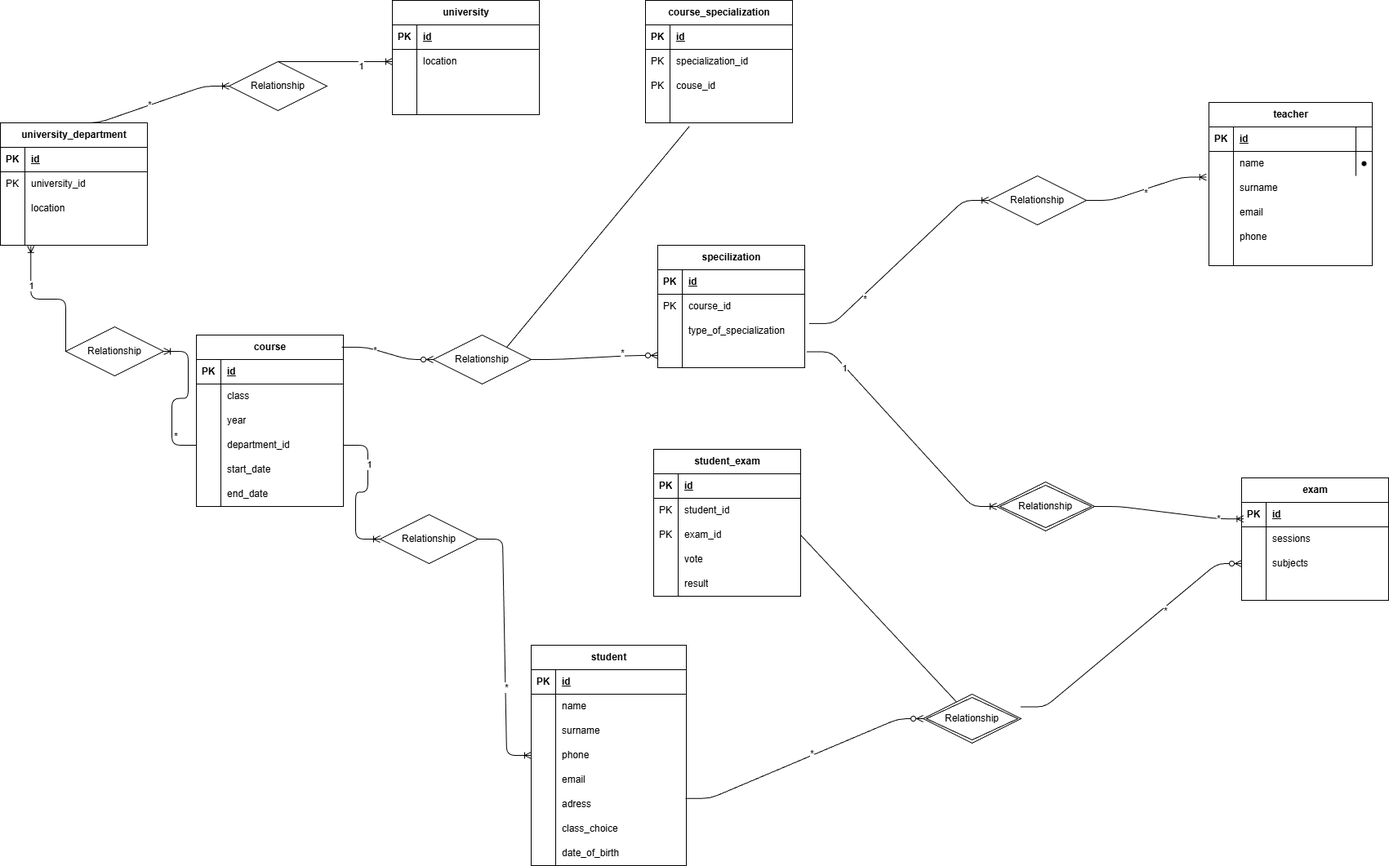
The draw.io diagram scheme.png in BkStyle89/db-university, before a commit. Source tidied: cells renumbered, new cells last; positions are measured from the earlier drawing's top-left corner, leaving out a move shared by most shapes.
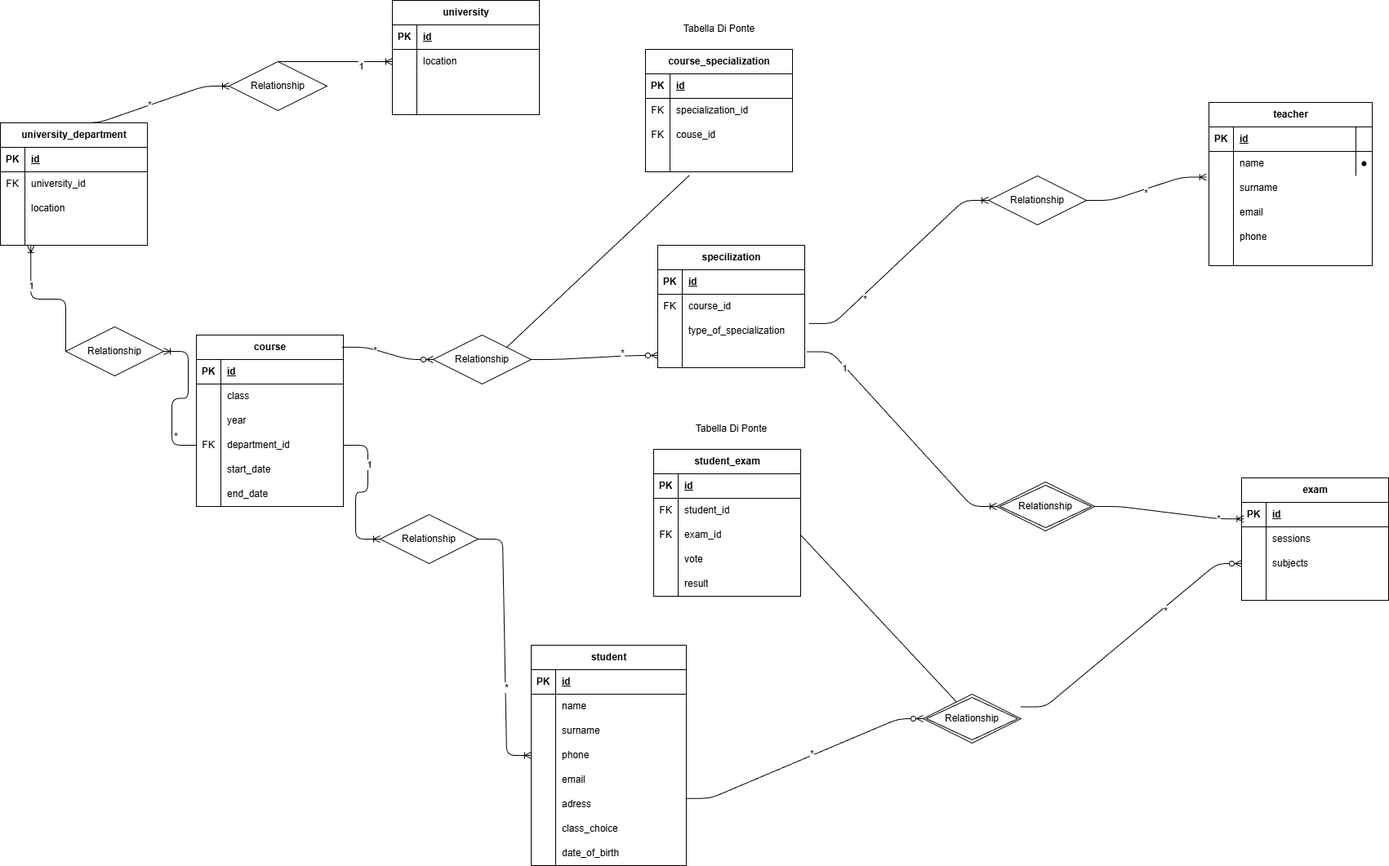
The same diagram one commit later.

Commit message:
fk change & tabella di ponte

What changed in the source:
```diff
@@ -209,7 +209,7 @@
     <mxCell id="70" style="shape=tableRow;horizontal=0;startSize=0;swimlaneHead=0;swimlaneBody=0;fillColor=none;points=[[0,0.5],[1,0.5]];portConstraint=eastwest;top=0;left=0;right=0;bottom=0;" parent="60" vertex="1">
       <mxGeometry y="120" width="180" height="30" as="geometry" />
     </mxCell>
-    <mxCell id="71" style="shape=partialRectangle;fillColor=none;top=0;left=0;bottom=0;right=0;overflow=hidden;whiteSpace=wrap;html=1;" parent="70" vertex="1">
+    <mxCell id="71" value="FK" style="shape=partialRectangle;fillColor=none;top=0;left=0;bottom=0;right=0;overflow=hidden;whiteSpace=wrap;html=1;" parent="70" vertex="1">
       <mxGeometry width="30" height="30" as="geometry" />
     </mxCell>
     <mxCell id="72" value="department_id" style="shape=partialRectangle;fillColor=none;top=0;left=0;bottom=0;right=0;align=left;spacingLeft=6;overflow=hidden;whiteSpace=wrap;html=1;" parent="70" vertex="1">
@@ -248,7 +248,7 @@
     <mxCell id="83" style="shape=tableRow;horizontal=0;startSize=0;swimlaneHead=0;swimlaneBody=0;fillColor=none;top=0;left=0;right=0;bottom=0;" parent="79" vertex="1">
       <mxGeometry y="60" width="180" height="30" as="geometry" />
     </mxCell>
-    <mxCell id="84" value="PK" style="shape=partialRectangle;fillColor=none;top=0;left=0;bottom=0;right=0;overflow=hidden;whiteSpace=wrap;html=1;" parent="83" vertex="1">
+    <mxCell id="84" value="FK" style="shape=partialRectangle;fillColor=none;top=0;left=0;bottom=0;right=0;overflow=hidden;whiteSpace=wrap;html=1;" parent="83" vertex="1">
       <mxGeometry width="30" height="30" as="geometry" />
     </mxCell>
     <mxCell id="85" value="university_id" style="shape=partialRectangle;fillColor=none;top=0;left=0;bottom=0;right=0;align=left;spacingLeft=6;overflow=hidden;whiteSpace=wrap;html=1;" parent="83" vertex="1">
@@ -287,7 +287,7 @@
     <mxCell id="96" style="shape=tableRow;horizontal=0;startSize=0;swimlaneHead=0;swimlaneBody=0;fillColor=none;top=0;left=0;right=0;bottom=0;" parent="92" vertex="1">
       <mxGeometry y="60" width="180" height="30" as="geometry" />
     </mxCell>
-    <mxCell id="97" value="PK" style="shape=partialRectangle;fillColor=none;top=0;left=0;bottom=0;right=0;overflow=hidden;whiteSpace=wrap;html=1;" parent="96" vertex="1">
+    <mxCell id="97" value="FK" style="shape=partialRectangle;fillColor=none;top=0;left=0;bottom=0;right=0;overflow=hidden;whiteSpace=wrap;html=1;" parent="96" vertex="1">
       <mxGeometry width="30" height="30" as="geometry" />
     </mxCell>
     <mxCell id="98" value="course_id" style="shape=partialRectangle;fillColor=none;top=0;left=0;bottom=0;right=0;align=left;spacingLeft=6;overflow=hidden;whiteSpace=wrap;html=1;" parent="96" vertex="1">
@@ -456,7 +456,7 @@
     <mxCell id="147" style="shape=tableRow;horizontal=0;startSize=0;swimlaneHead=0;swimlaneBody=0;fillColor=none;top=0;left=0;right=0;bottom=0;" parent="143" vertex="1">
       <mxGeometry y="60" width="180" height="30" as="geometry" />
     </mxCell>
-    <mxCell id="148" value="PK" style="shape=partialRectangle;fillColor=none;top=0;left=0;bottom=0;right=0;overflow=hidden;whiteSpace=wrap;html=1;" parent="147" vertex="1">
+    <mxCell id="148" value="FK" style="shape=partialRectangle;fillColor=none;top=0;left=0;bottom=0;right=0;overflow=hidden;whiteSpace=wrap;html=1;" parent="147" vertex="1">
       <mxGeometry width="30" height="30" as="geometry" />
     </mxCell>
     <mxCell id="149" value="student_id" style="shape=partialRectangle;fillColor=none;top=0;left=0;bottom=0;right=0;align=left;spacingLeft=6;overflow=hidden;whiteSpace=wrap;html=1;" parent="147" vertex="1">
@@ -465,7 +465,7 @@
     <mxCell id="150" style="shape=tableRow;horizontal=0;startSize=0;swimlaneHead=0;swimlaneBody=0;fillColor=none;points=[[0,0.5],[1,0.5]];portConstraint=eastwest;top=0;left=0;right=0;bottom=0;" parent="143" vertex="1">
       <mxGeometry y="90" width="180" height="30" as="geometry" />
     </mxCell>
-    <mxCell id="151" value="PK" style="shape=partialRectangle;fillColor=none;top=0;left=0;bottom=0;right=0;overflow=hidden;whiteSpace=wrap;html=1;" parent="150" vertex="1">
+    <mxCell id="151" value="FK" style="shape=partialRectangle;fillColor=none;top=0;left=0;bottom=0;right=0;overflow=hidden;whiteSpace=wrap;html=1;" parent="150" vertex="1">
       <mxGeometry width="30" height="30" as="geometry" />
     </mxCell>
     <mxCell id="152" value="exam_id" style="shape=partialRectangle;fillColor=none;top=0;left=0;bottom=0;right=0;align=left;spacingLeft=6;overflow=hidden;whiteSpace=wrap;html=1;" parent="150" vertex="1">
@@ -490,7 +490,7 @@
       <mxGeometry x="30" width="150" height="30" as="geometry" />
     </mxCell>
     <mxCell id="159" value="course_specialization" style="shape=table;startSize=30;rowLines=0;fontStyle=1;align=center;html=1;" parent="1" vertex="1">
-      <mxGeometry x="790" width="180" height="150" as="geometry" />
+      <mxGeometry x="790" y="60" width="180" height="150" as="geometry" />
     </mxCell>
     <mxCell id="160" style="shape=tableRow;horizontal=0;startSize=0;swimlaneHead=0;swimlaneBody=0;fillColor=none;top=0;left=0;right=0;bottom=1;" parent="159" vertex="1">
       <mxGeometry y="30" width="180" height="30" as="geometry" />
@@ -504,7 +504,7 @@
     <mxCell id="163" style="shape=tableRow;horizontal=0;startSize=0;swimlaneHead=0;swimlaneBody=0;fillColor=none;top=0;left=0;right=0;bottom=0;" parent="159" vertex="1">
       <mxGeometry y="60" width="180" height="30" as="geometry" />
     </mxCell>
-    <mxCell id="164" value="PK" style="shape=partialRectangle;fillColor=none;top=0;left=0;bottom=0;right=0;overflow=hidden;whiteSpace=wrap;html=1;" parent="163" vertex="1">
+    <mxCell id="164" value="FK" style="shape=partialRectangle;fillColor=none;top=0;left=0;bottom=0;right=0;overflow=hidden;whiteSpace=wrap;html=1;" parent="163" vertex="1">
       <mxGeometry width="30" height="30" as="geometry" />
     </mxCell>
     <mxCell id="165" value="specialization_id" style="shape=partialRectangle;fillColor=none;top=0;left=0;bottom=0;right=0;align=left;spacingLeft=6;overflow=hidden;whiteSpace=wrap;html=1;" parent="163" vertex="1">
@@ -513,7 +513,7 @@
     <mxCell id="166" style="shape=tableRow;horizontal=0;startSize=0;swimlaneHead=0;swimlaneBody=0;fillColor=none;top=0;left=0;right=0;bottom=0;" parent="159" vertex="1">
       <mxGeometry y="90" width="180" height="30" as="geometry" />
     </mxCell>
-    <mxCell id="167" value="PK" style="shape=partialRectangle;fillColor=none;top=0;left=0;bottom=0;right=0;overflow=hidden;whiteSpace=wrap;html=1;" parent="166" vertex="1">
+    <mxCell id="167" value="FK" style="shape=partialRectangle;fillColor=none;top=0;left=0;bottom=0;right=0;overflow=hidden;whiteSpace=wrap;html=1;" parent="166" vertex="1">
       <mxGeometry width="30" height="30" as="geometry" />
     </mxCell>
     <mxCell id="168" value="couse_id" style="shape=partialRectangle;fillColor=none;top=0;left=0;bottom=0;right=0;align=left;spacingLeft=6;overflow=hidden;whiteSpace=wrap;html=1;" parent="166" vertex="1">
@@ -566,5 +566,11 @@
     <mxCell id="183" style="endArrow=none;html=1;rounded=0;entryX=0.299;entryY=1.141;entryDx=0;entryDy=0;entryPerimeter=0;exitX=1;exitY=0;exitDx=0;exitDy=0;" parent="1" edge="1" source="182" target="169">
       <mxGeometry relative="1" as="geometry" />
     </mxCell>
+    <mxCell id="184" value="Tabella Di Ponte" style="text;html=1;align=center;verticalAlign=middle;strokeColor=none;fillColor=none;" parent="1" vertex="1">
+      <mxGeometry x="825" y="20" width="110" height="30" as="geometry" />
+    </mxCell>
+    <mxCell id="185" value="Tabella Di Ponte" style="text;html=1;align=center;verticalAlign=middle;strokeColor=none;fillColor=none;" parent="1" vertex="1">
+      <mxGeometry x="840" y="510" width="110" height="30" as="geometry" />
+    </mxCell>
   </root>
 </mxGraphModel>
```
